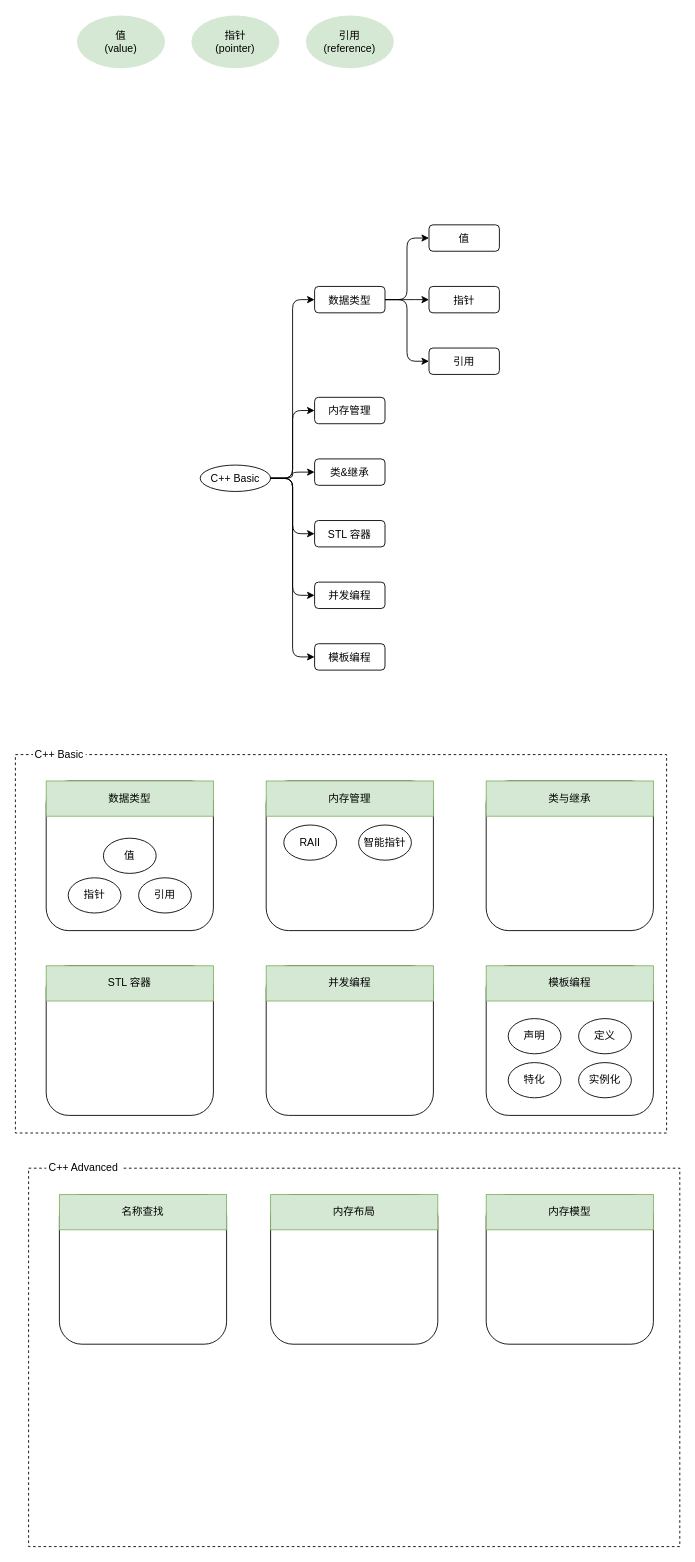
Above: cplusplus_syntax_component.drawio in ZiqingYip/moment (draw.io), before the change. Source tidied: cells renumbered, new cells numbered last; positions are measured from the earlier drawing's top-left corner, leaving out a move shared by most shapes. Both pictures are drawn from the tidied source at 88%, with x=0, y=0 at pixel (15, 15).
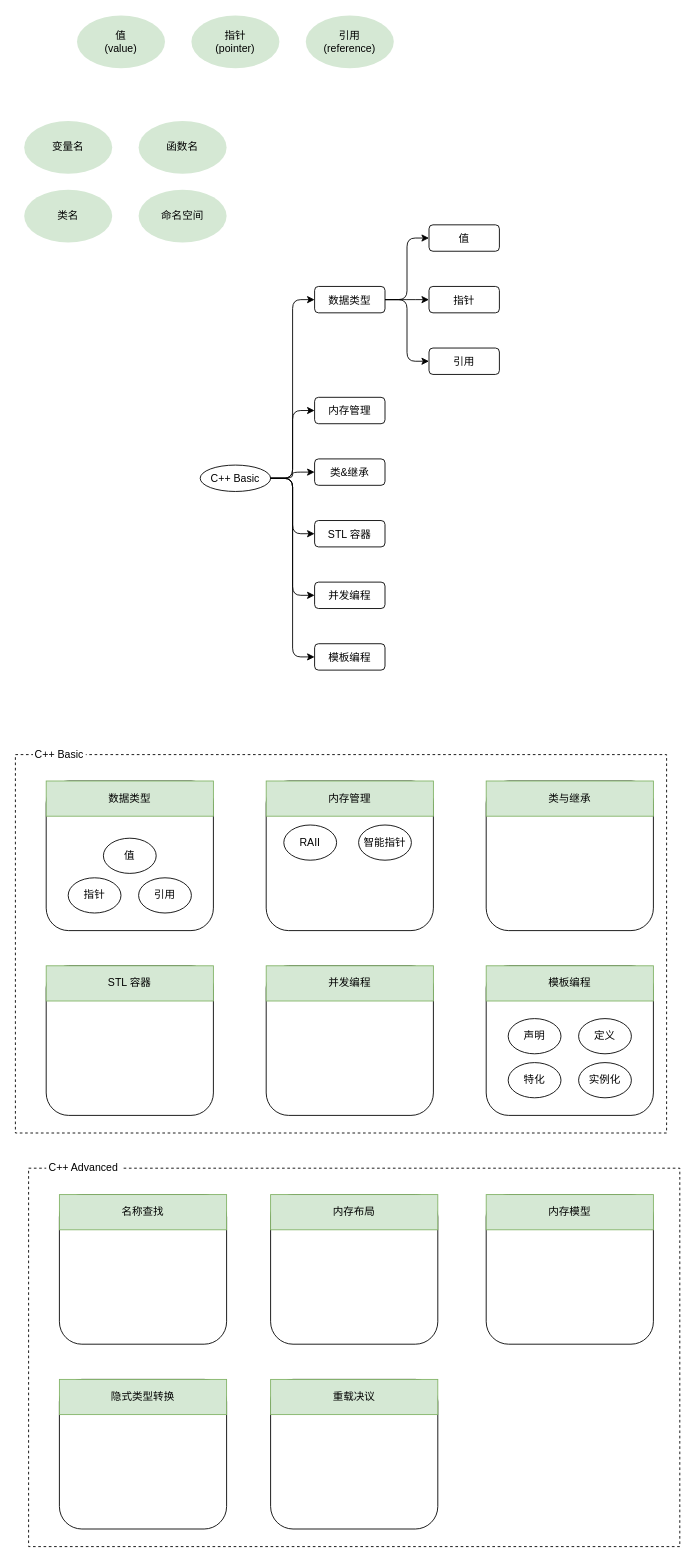
Above is the later version.

Change to the diagram source:
```diff
@@
+    <mxCell id="55" style="rounded=1;whiteSpace=wrap;html=1;" parent="1" vertex="1">
+      <mxGeometry x="50" y="1550" width="190" height="170" as="geometry" />
+    </mxCell>
+    <mxCell id="56" value="隐式类型转换" style="rounded=0;whiteSpace=wrap;html=1;fillColor=#d5e8d4;strokeColor=#82b366;" parent="1" vertex="1">
+      <mxGeometry x="50" y="1550" width="190" height="40" as="geometry" />
+    </mxCell>
+    <mxCell id="57" style="rounded=1;whiteSpace=wrap;html=1;" parent="1" vertex="1">
+      <mxGeometry x="290" y="1550" width="190" height="170" as="geometry" />
+    </mxCell>
+    <mxCell id="58" value="重载决议" style="rounded=0;whiteSpace=wrap;html=1;fillColor=#d5e8d4;strokeColor=#82b366;" parent="1" vertex="1">
+      <mxGeometry x="290" y="1550" width="190" height="40" as="geometry" />
+    </mxCell>
+    <mxCell id="59" value="变量名" style="ellipse;whiteSpace=wrap;html=1;fillColor=#d5e8d4;strokeColor=none;" parent="1" vertex="1">
+      <mxGeometry x="10" y="120" width="100" height="60" as="geometry" />
+    </mxCell>
+    <mxCell id="60" value="函数名" style="ellipse;whiteSpace=wrap;html=1;fillColor=#d5e8d4;strokeColor=none;" parent="1" vertex="1">
+      <mxGeometry x="140" y="120" width="100" height="60" as="geometry" />
+    </mxCell>
+    <mxCell id="61" value="类名" style="ellipse;whiteSpace=wrap;html=1;fillColor=#d5e8d4;strokeColor=none;" parent="1" vertex="1">
+      <mxGeometry x="10" y="198" width="100" height="60" as="geometry" />
+    </mxCell>
+    <mxCell id="62" value="命名空间" style="ellipse;whiteSpace=wrap;html=1;fillColor=#d5e8d4;strokeColor=none;" parent="1" vertex="1">
+      <mxGeometry x="140" y="198" width="100" height="60" as="geometry" />
+    </mxCell>
```
